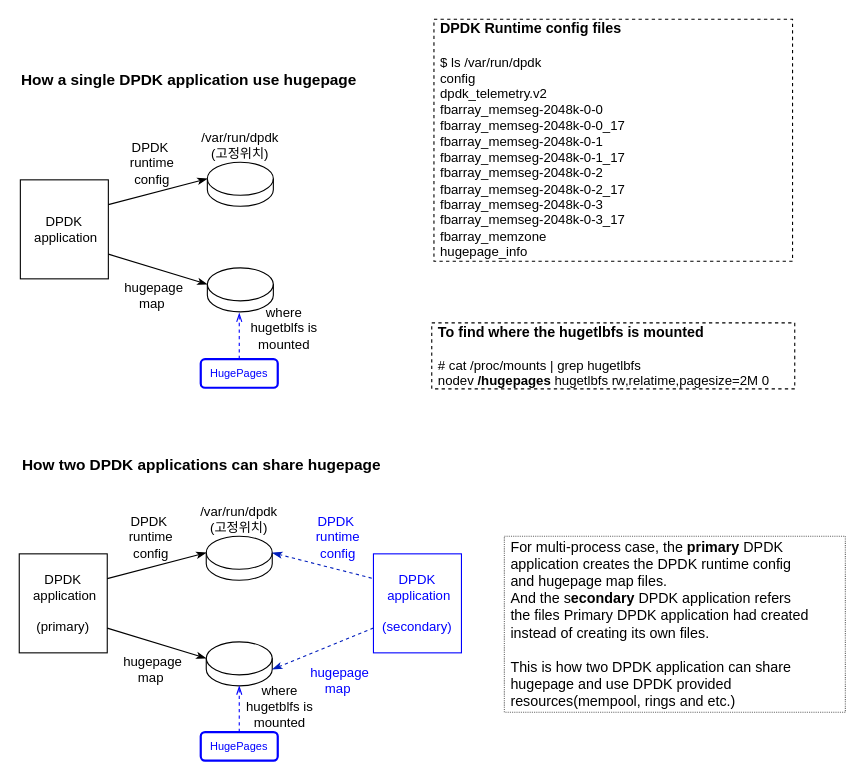
Earlier version of the draw.io diagram page "Basics of DPDK and hugepage" (2 of 5) of dpdk multi-process.drawio (cychong47/how-to-share-hugepage-in-k8s). Source tidied: cells renumbered, new cells numbered last; positions are measured from the earlier drawing's top-left corner, leaving out a move shared by most shapes. Both pictures are drawn from the tidied source at 110%, with x=0, y=0 at pixel (19, 19).
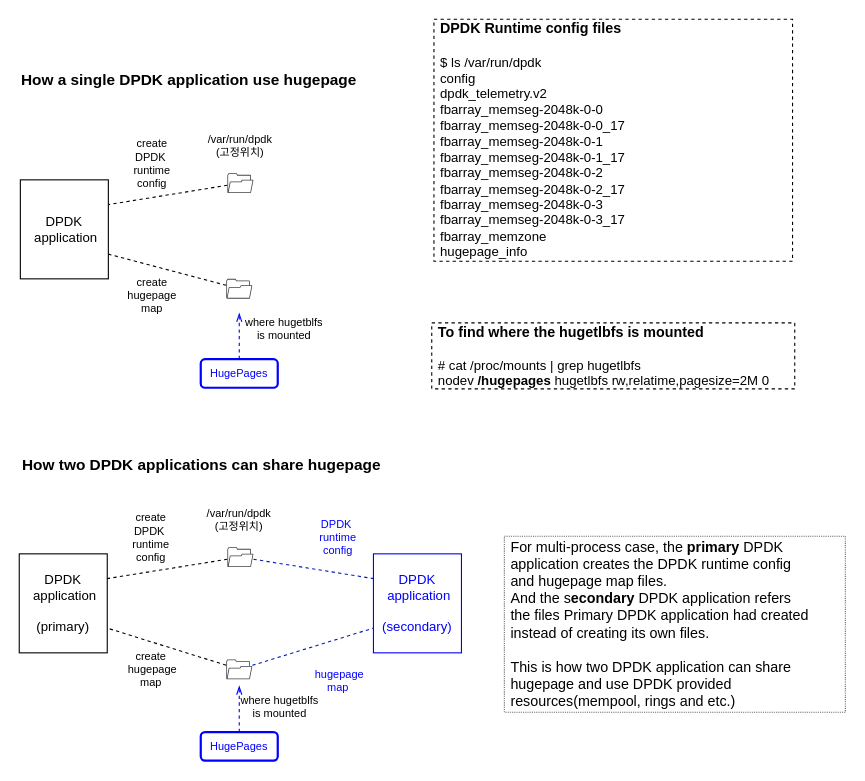
The same diagram, later.

The change refers to these unchanged cells:
```xml
<mxCell id="4" value="DPDK &amp;nbsp;application&lt;br&gt;&lt;br&gt;(primary)" style="rounded=0;whiteSpace=wrap;html=1;" parent="1" vertex="1">
  <mxGeometry y="486" width="80" height="90" as="geometry" />
</mxCell>
<mxCell id="13" value="DPDK &amp;nbsp;application&lt;br&gt;&lt;br&gt;(secondary)" style="rounded=0;whiteSpace=wrap;html=1;strokeColor=#0000FF;fontColor=#0000FF;" parent="1" vertex="1">
  <mxGeometry x="322" y="486" width="80" height="90" as="geometry" />
</mxCell>
<mxCell id="23" value="DPDK &amp;nbsp;application" style="rounded=0;whiteSpace=wrap;html=1;" parent="1" vertex="1">
  <mxGeometry x="1" y="146" width="80" height="90" as="geometry" />
</mxCell>
```

Diff of the diagram source:
```diff
@@
-    <mxCell id="5" style="shape=cylinder3;whiteSpace=wrap;html=1;boundedLbl=1;backgroundOutline=1;size=15;" parent="1" vertex="1">
-      <mxGeometry x="170" y="566" width="60" height="40" as="geometry" />
-    </mxCell>
-    <mxCell id="6" style="shape=cylinder3;whiteSpace=wrap;html=1;boundedLbl=1;backgroundOutline=1;size=15;" parent="1" vertex="1">
-      <mxGeometry x="170" y="470" width="60" height="40" as="geometry" />
-    </mxCell>
-    <mxCell id="7" value="where hugetblfs is mounted" style="text;html=1;strokeColor=none;fillColor=none;align=center;verticalAlign=middle;whiteSpace=wrap;rounded=0;" parent="1" vertex="1">
+    <mxCell id="7" value="where hugetblfs is mounted" style="text;html=1;strokeColor=none;fillColor=none;align=center;verticalAlign=middle;whiteSpace=wrap;rounded=0;fontSize=10;" parent="1" vertex="1">
       <mxGeometry x="197" y="610" width="80" height="30" as="geometry" />
     </mxCell>
-    <mxCell id="8" value="DPDK&amp;nbsp;&lt;br&gt;runtime&lt;br&gt;config" style="text;html=1;strokeColor=none;fillColor=none;align=center;verticalAlign=middle;whiteSpace=wrap;rounded=0;" parent="1" vertex="1">
+    <mxCell id="8" value="create DPDK&amp;nbsp;&lt;br style=&quot;font-size: 10px;&quot;&gt;runtime&lt;br style=&quot;font-size: 10px;&quot;&gt;config" style="text;html=1;strokeColor=none;fillColor=none;align=center;verticalAlign=middle;whiteSpace=wrap;rounded=0;fontSize=10;" parent="1" vertex="1">
       <mxGeometry x="90" y="456" width="60" height="30" as="geometry" />
     </mxCell>
-    <mxCell id="9" style="endArrow=none;html=1;rounded=0;exitX=0;exitY=0;exitDx=0;exitDy=15;exitPerimeter=0;endFill=0;startArrow=classicThin;startFill=1;entryX=1;entryY=0.75;entryDx=0;entryDy=0;" parent="1" edge="1" source="5" target="4">
+    <mxCell id="9" style="endArrow=none;html=1;rounded=0;endFill=0;startArrow=none;startFill=0;entryX=1;entryY=0.75;entryDx=0;entryDy=0;dashed=1;" parent="1" edge="1" source="34" target="4">
       <mxGeometry relative="1" as="geometry" />
     </mxCell>
-    <mxCell id="10" style="endArrow=none;html=1;rounded=0;entryX=1;entryY=0.25;entryDx=0;entryDy=0;startArrow=classicThin;startFill=1;exitX=0;exitY=0;exitDx=0;exitDy=15;exitPerimeter=0;" parent="1" edge="1" source="6" target="4">
+    <mxCell id="10" style="endArrow=none;html=1;rounded=0;entryX=1;entryY=0.25;entryDx=0;entryDy=0;startArrow=none;startFill=0;dashed=1;endFill=0;" parent="1" edge="1" source="37" target="4">
       <mxGeometry relative="1" as="geometry" />
     </mxCell>
-    <mxCell id="11" value="/var/run/dpdk&lt;br&gt;(고정위치)" style="text;html=1;strokeColor=none;fillColor=none;align=center;verticalAlign=middle;whiteSpace=wrap;rounded=0;" parent="1" vertex="1">
+    <mxCell id="11" value="/var/run/dpdk&lt;br style=&quot;font-size: 10px;&quot;&gt;(고정위치)" style="text;html=1;strokeColor=none;fillColor=none;align=center;verticalAlign=middle;whiteSpace=wrap;rounded=0;fontSize=10;" parent="1" vertex="1">
       <mxGeometry x="170" y="440" width="60" height="30" as="geometry" />
     </mxCell>
-    <mxCell id="12" value="&amp;nbsp;hugepage&lt;br&gt;map" style="text;html=1;strokeColor=none;fillColor=none;align=center;verticalAlign=middle;whiteSpace=wrap;rounded=0;" parent="1" vertex="1">
+    <mxCell id="12" value="create &amp;nbsp;hugepage&lt;br style=&quot;font-size: 10px;&quot;&gt;map" style="text;html=1;strokeColor=none;fillColor=none;align=center;verticalAlign=middle;whiteSpace=wrap;rounded=0;fontSize=10;" parent="1" vertex="1">
       <mxGeometry x="90" y="576" width="60" height="30" as="geometry" />
     </mxCell>
@@
-    <mxCell id="14" style="endArrow=none;html=1;rounded=0;entryX=0;entryY=0.25;entryDx=0;entryDy=0;startArrow=classicThin;startFill=1;exitX=1;exitY=0;exitDx=0;exitDy=15;exitPerimeter=0;fillColor=#0050ef;strokeColor=#001DBC;dashed=1;" parent="1" edge="1" source="6" target="13">
+    <mxCell id="14" style="endArrow=none;html=1;rounded=0;entryX=0;entryY=0.25;entryDx=0;entryDy=0;startArrow=none;startFill=0;fillColor=#0050ef;strokeColor=#001DBC;dashed=1;endFill=0;" parent="1" edge="1" source="37" target="13">
       <mxGeometry relative="1" as="geometry" />
     </mxCell>
-    <mxCell id="15" style="endArrow=none;html=1;rounded=0;exitX=1;exitY=1;exitDx=0;exitDy=-15;exitPerimeter=0;endFill=0;startArrow=classicThin;startFill=1;entryX=0;entryY=0.75;entryDx=0;entryDy=0;fillColor=#0050ef;strokeColor=#001DBC;dashed=1;" parent="1" edge="1" source="5" target="13">
+    <mxCell id="15" style="endArrow=none;html=1;rounded=0;endFill=0;startArrow=none;startFill=0;entryX=0;entryY=0.75;entryDx=0;entryDy=0;fillColor=#0050ef;strokeColor=#001DBC;dashed=1;" parent="1" edge="1" source="34" target="13">
       <mxGeometry relative="1" as="geometry" />
     </mxCell>
-    <mxCell id="16" value="&amp;nbsp;hugepage&lt;br&gt;map" style="text;html=1;strokeColor=none;fillColor=none;align=center;verticalAlign=middle;whiteSpace=wrap;rounded=0;fontColor=#0000FF;" parent="1" vertex="1">
+    <mxCell id="16" value="&amp;nbsp;hugepage&lt;br style=&quot;font-size: 10px;&quot;&gt;map" style="text;html=1;strokeColor=none;fillColor=none;align=center;verticalAlign=middle;whiteSpace=wrap;rounded=0;fontColor=#0000FF;fontSize=10;" parent="1" vertex="1">
       <mxGeometry x="260" y="586" width="60" height="30" as="geometry" />
     </mxCell>
-    <mxCell id="17" value="DPDK&amp;nbsp;&lt;br&gt;runtime&lt;br&gt;config" style="text;html=1;strokeColor=none;fillColor=none;align=center;verticalAlign=middle;whiteSpace=wrap;rounded=0;fontColor=#0000FF;" parent="1" vertex="1">
+    <mxCell id="17" value="DPDK&amp;nbsp;&lt;br style=&quot;font-size: 10px;&quot;&gt;runtime&lt;br style=&quot;font-size: 10px;&quot;&gt;config" style="text;html=1;strokeColor=none;fillColor=none;align=center;verticalAlign=middle;whiteSpace=wrap;rounded=0;fontColor=#0000FF;fontSize=10;" parent="1" vertex="1">
       <mxGeometry x="260" y="456" width="60" height="30" as="geometry" />
     </mxCell>
@@
-    <mxCell id="24" style="shape=cylinder3;whiteSpace=wrap;html=1;boundedLbl=1;backgroundOutline=1;size=15;" parent="1" vertex="1">
-      <mxGeometry x="171" y="226" width="60" height="40" as="geometry" />
-    </mxCell>
-    <mxCell id="25" style="shape=cylinder3;whiteSpace=wrap;html=1;boundedLbl=1;backgroundOutline=1;size=15;" parent="1" vertex="1">
-      <mxGeometry x="171" y="130" width="60" height="40" as="geometry" />
-    </mxCell>
-    <mxCell id="26" value="where hugetblfs is mounted" style="text;html=1;strokeColor=none;fillColor=none;align=center;verticalAlign=middle;whiteSpace=wrap;rounded=0;" parent="1" vertex="1">
+    <mxCell id="26" value="where hugetblfs is mounted" style="text;html=1;strokeColor=none;fillColor=none;align=center;verticalAlign=middle;whiteSpace=wrap;rounded=0;fontSize=10;" parent="1" vertex="1">
       <mxGeometry x="201" y="266" width="80" height="30" as="geometry" />
     </mxCell>
-    <mxCell id="27" value="DPDK&amp;nbsp;&lt;br&gt;runtime&lt;br&gt;config" style="text;html=1;strokeColor=none;fillColor=none;align=center;verticalAlign=middle;whiteSpace=wrap;rounded=0;" parent="1" vertex="1">
+    <mxCell id="27" value="create DPDK&amp;nbsp;&lt;br style=&quot;font-size: 10px;&quot;&gt;runtime&lt;br style=&quot;font-size: 10px;&quot;&gt;config" style="text;html=1;strokeColor=none;fillColor=none;align=center;verticalAlign=middle;whiteSpace=wrap;rounded=0;fontSize=10;" parent="1" vertex="1">
       <mxGeometry x="91" y="116" width="60" height="30" as="geometry" />
     </mxCell>
-    <mxCell id="28" style="endArrow=none;html=1;rounded=0;exitX=0;exitY=0;exitDx=0;exitDy=15;exitPerimeter=0;endFill=0;startArrow=classicThin;startFill=1;entryX=1;entryY=0.75;entryDx=0;entryDy=0;" parent="1" edge="1" source="24" target="23">
+    <mxCell id="28" style="endArrow=none;html=1;rounded=0;endFill=0;startArrow=none;startFill=0;entryX=1;entryY=0.75;entryDx=0;entryDy=0;dashed=1;" parent="1" edge="1" source="36" target="23">
       <mxGeometry relative="1" as="geometry" />
     </mxCell>
-    <mxCell id="29" style="endArrow=none;html=1;rounded=0;entryX=1;entryY=0.25;entryDx=0;entryDy=0;startArrow=classicThin;startFill=1;exitX=0;exitY=0;exitDx=0;exitDy=15;exitPerimeter=0;" parent="1" edge="1" source="25" target="23">
+    <mxCell id="29" style="endArrow=none;html=1;rounded=0;entryX=1;entryY=0.25;entryDx=0;entryDy=0;startArrow=none;startFill=0;dashed=1;endFill=0;" parent="1" edge="1" source="35" target="23">
       <mxGeometry relative="1" as="geometry" />
     </mxCell>
-    <mxCell id="30" value="/var/run/dpdk&lt;br&gt;(고정위치)" style="text;html=1;strokeColor=none;fillColor=none;align=center;verticalAlign=middle;whiteSpace=wrap;rounded=0;" parent="1" vertex="1">
+    <mxCell id="30" value="/var/run/dpdk&lt;br style=&quot;font-size: 10px;&quot;&gt;(고정위치)" style="text;html=1;strokeColor=none;fillColor=none;align=center;verticalAlign=middle;whiteSpace=wrap;rounded=0;fontSize=10;" parent="1" vertex="1">
       <mxGeometry x="171" y="100" width="60" height="30" as="geometry" />
     </mxCell>
-    <mxCell id="31" value="&amp;nbsp;hugepage&lt;br&gt;map" style="text;html=1;strokeColor=none;fillColor=none;align=center;verticalAlign=middle;whiteSpace=wrap;rounded=0;" parent="1" vertex="1">
+    <mxCell id="31" value="create hugepage&lt;br style=&quot;font-size: 10px;&quot;&gt;map" style="text;html=1;strokeColor=none;fillColor=none;align=center;verticalAlign=middle;whiteSpace=wrap;rounded=0;fontSize=10;" parent="1" vertex="1">
       <mxGeometry x="91" y="236" width="60" height="30" as="geometry" />
     </mxCell>
@@
+    <mxCell id="34" style="sketch=0;shadow=0;dashed=0;html=1;strokeColor=none;fillColor=#434445;labelPosition=center;verticalLabelPosition=bottom;verticalAlign=top;align=center;outlineConnect=0;shape=mxgraph.vvd.folder;rounded=1;glass=0;fontFamily=Courier New;fontSize=12;fontColor=#000000;" parent="1" vertex="1">
+      <mxGeometry x="188.2" y="582" width="23.7" height="18" as="geometry" />
+    </mxCell>
+    <mxCell id="35" style="sketch=0;shadow=0;dashed=0;html=1;strokeColor=none;fillColor=#434445;labelPosition=center;verticalLabelPosition=bottom;verticalAlign=top;align=center;outlineConnect=0;shape=mxgraph.vvd.folder;rounded=1;glass=0;fontFamily=Courier New;fontSize=12;fontColor=#000000;" parent="1" vertex="1">
+      <mxGeometry x="189.2" y="140" width="23.7" height="18" as="geometry" />
+    </mxCell>
+    <mxCell id="36" style="sketch=0;shadow=0;dashed=0;html=1;strokeColor=none;fillColor=#434445;labelPosition=center;verticalLabelPosition=bottom;verticalAlign=top;align=center;outlineConnect=0;shape=mxgraph.vvd.folder;rounded=1;glass=0;fontFamily=Courier New;fontSize=12;fontColor=#000000;" parent="1" vertex="1">
+      <mxGeometry x="188.2" y="236" width="23.7" height="18" as="geometry" />
+    </mxCell>
+    <mxCell id="37" style="sketch=0;shadow=0;dashed=0;html=1;strokeColor=none;fillColor=#434445;labelPosition=center;verticalLabelPosition=bottom;verticalAlign=top;align=center;outlineConnect=0;shape=mxgraph.vvd.folder;rounded=1;glass=0;fontFamily=Courier New;fontSize=12;fontColor=#000000;" parent="1" vertex="1">
+      <mxGeometry x="189.2" y="480" width="23.7" height="18" as="geometry" />
+    </mxCell>
```
